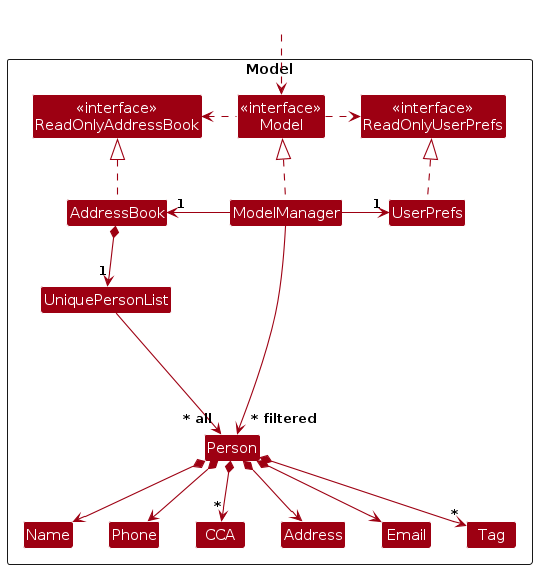
Earlier version of the PlantUML export diagrams/ModelClassDiagram.png (AY2324S2-CS2103T-W11-2/tp). Its source is kept beside it as diagrams/ModelClassDiagram.puml.
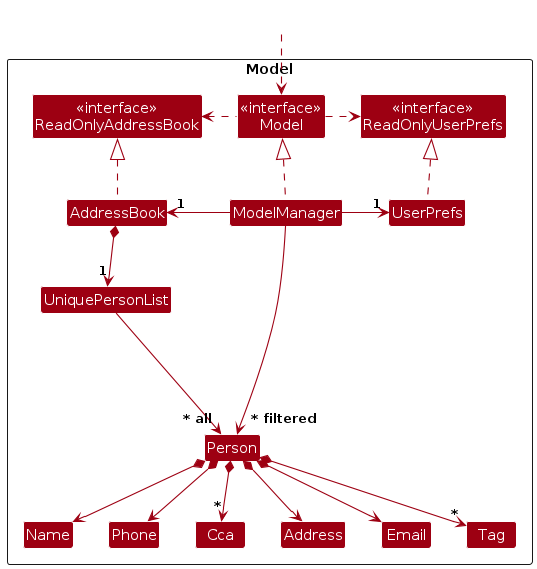
Above is the later version.

What changed in the source:
```diff
@@ -19,7 +19,7 @@
 Class Name
 Class Phone
 Class Tag
-Class CCA
+Class Cca
 
 Class I #FFFFFF
 }
@@ -43,14 +43,14 @@
 Person *--> Email
 Person *--> Address
 Person *--> "*" Tag
-Person *--> "*" CCA
+Person *--> "*" Cca
 
 Person -[hidden]up--> I
 UniquePersonList -[hidden]right-> I
 
 Name -[hidden]right-> Phone
-Phone -[hidden]right-> CCA
-CCA -[hidden]right-> Address
+Phone -[hidden]right-> Cca
+Cca -[hidden]right-> Address
 Address -[hidden]right-> Email
 
 ModelManager --> "~* filtered" Person
```
